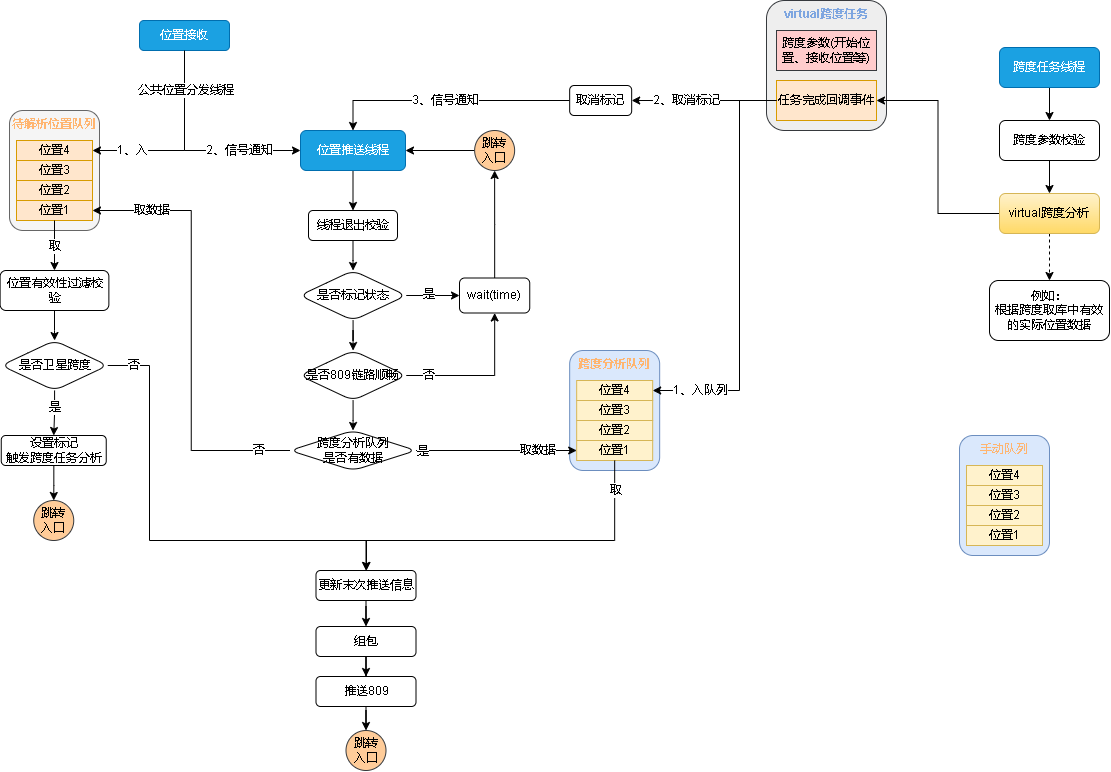
Earlier version of the draw.io export 809数据跨度.drawio.png (xktder/draw). Source tidied: cells renumbered, new cells last; positions are measured from the earlier drawing's top-left corner, leaving out a move shared by most shapes.
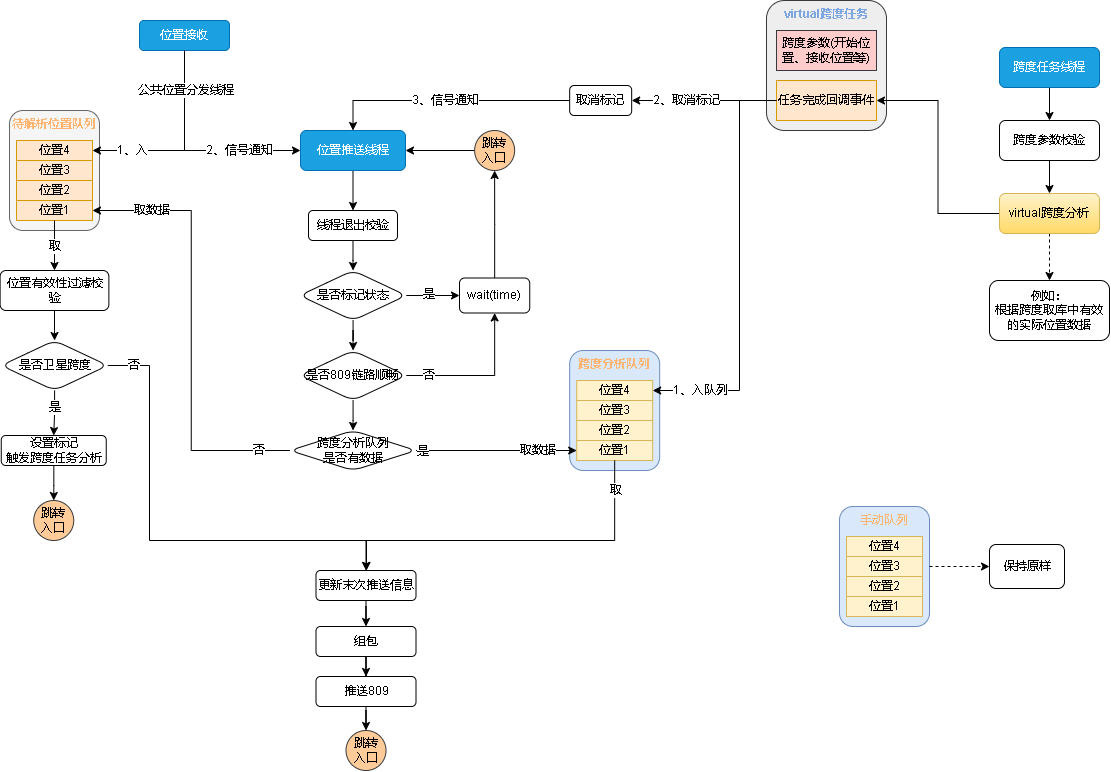
After the change.

Commit message:
更新809数据跨度.drawio.png

What changed in the source:
```diff
@@ -227,7 +227,7 @@
       <mxGeometry x="345.5" y="730" width="40" height="40" as="geometry" />
     </mxCell>
     <mxCell id="64" style="group;" parent="1" vertex="1">
-      <mxGeometry x="959" y="435" width="90" height="120" as="geometry" />
+      <mxGeometry x="839" y="506" width="90" height="120" as="geometry" />
     </mxCell>
     <mxCell id="65" value="&lt;font color=&quot;#ffb570&quot;&gt;手动队列&lt;/font&gt;" style="rounded=1;whiteSpace=wrap;html=1;verticalAlign=top;fillColor=#dae8fc;strokeColor=#6c8ebf;" parent="64" vertex="1">
       <mxGeometry width="90" height="120" as="geometry" />
@@ -312,5 +312,11 @@
     <mxCell id="88" value="例如：&lt;br&gt;根据跨度取库中有效的实际位置数据" style="rounded=1;whiteSpace=wrap;html=1;fontColor=#000000;" parent="1" vertex="1">
       <mxGeometry x="989" y="280" width="120" height="60" as="geometry" />
     </mxCell>
+    <mxCell id="89" value="保持原样" style="whiteSpace=wrap;html=1;verticalAlign=middle;rounded=1;align=center;" parent="1" vertex="1">
+      <mxGeometry x="989" y="544" width="75" height="44" as="geometry" />
+    </mxCell>
+    <mxCell id="90" style="edgeStyle=orthogonalEdgeStyle;rounded=0;jettySize=auto;html=1;dashed=1;fontColor=#7EA6E0;" parent="1" edge="1" source="65" target="89">
+      <mxGeometry relative="1" as="geometry" />
+    </mxCell>
   </root>
 </mxGraphModel>
```
